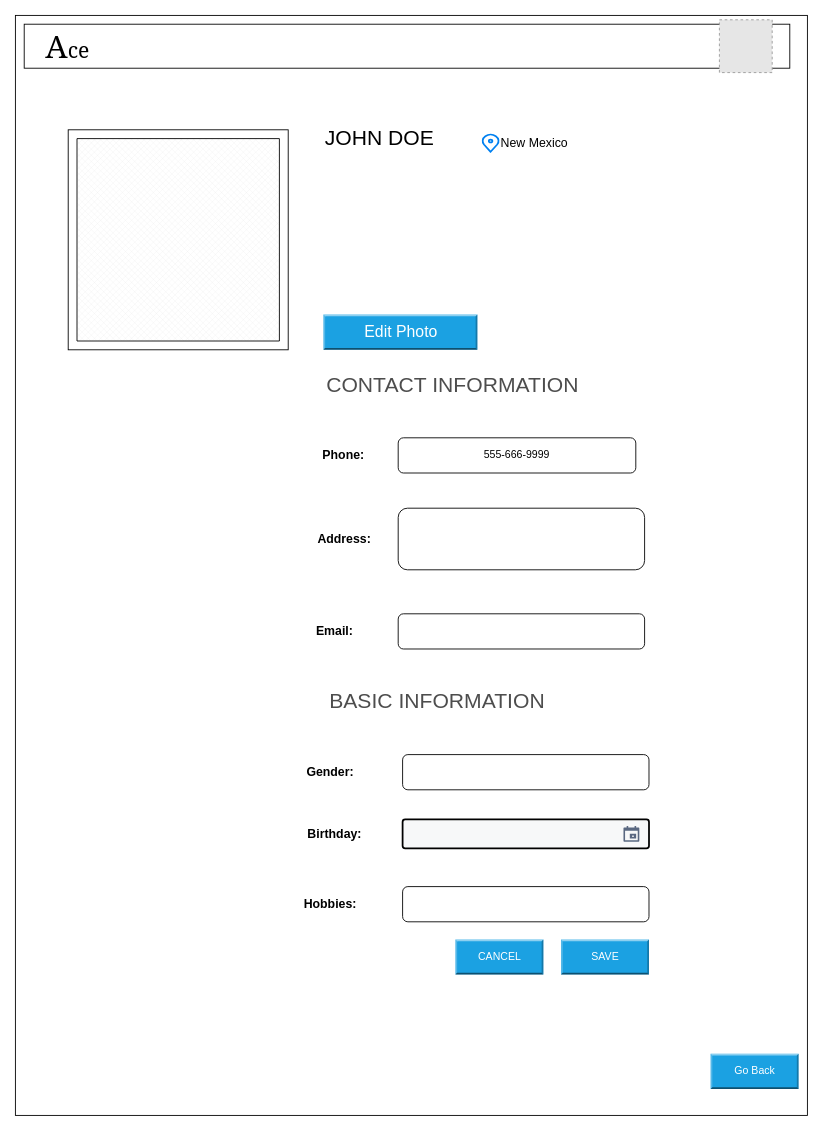
Earlier version of the draw.io diagram EditProfile.drawio (opeyemi-jonah/Ace-challenge). Source tidied: cells renumbered, new cells numbered last; positions are measured from the earlier drawing's top-left corner, leaving out a move shared by most shapes. Both pictures are drawn from the tidied source at 88%, with x=0, y=0 at pixel (15, 15). Pictures stored in the file or linked from it are replaced by grey dashed boxes.
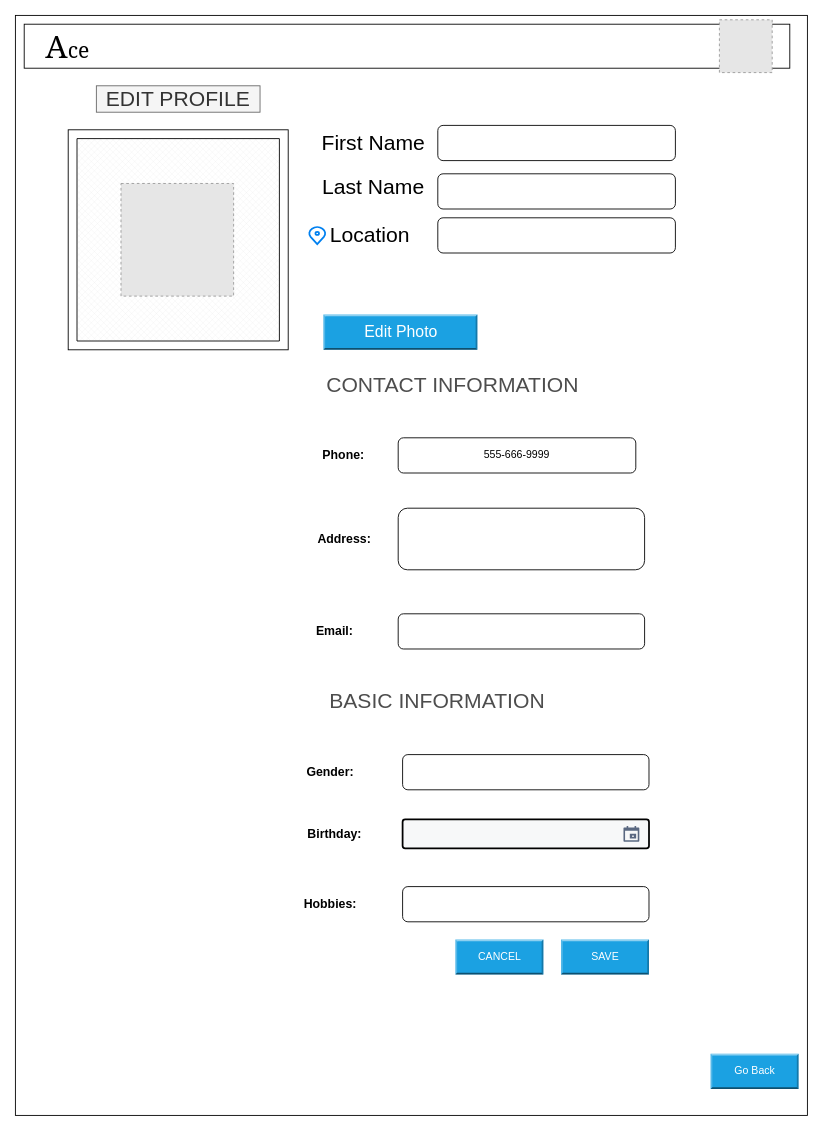
After the change.

Change to the diagram source:
```diff
@@
-    <mxCell id="4" value="&lt;font style=&quot;font-size: 24px&quot;&gt;JOHN DOE&lt;/font&gt;" style="text;html=1;strokeColor=none;fillColor=none;align=center;verticalAlign=middle;whiteSpace=wrap;rounded=0;" parent="1" vertex="1">
-      <mxGeometry x="338" y="125" width="152" height="30" as="geometry" />
+    <mxCell id="4" value="&lt;font style=&quot;font-size: 24px&quot;&gt;First Name&lt;/font&gt;" style="text;html=1;strokeColor=none;fillColor=none;align=center;verticalAlign=middle;whiteSpace=wrap;rounded=0;" parent="1" vertex="1">
+      <mxGeometry x="344" y="130" width="126" height="30" as="geometry" />
     </mxCell>
     <mxCell id="5" style="html=1;verticalLabelPosition=bottom;align=center;labelBackgroundColor=#ffffff;verticalAlign=top;strokeWidth=2;strokeColor=#0080F0;shadow=0;dashed=0;shape=mxgraph.ios7.icons.location;" parent="1" vertex="1">
-      <mxGeometry x="530" y="135" width="20" height="20" as="geometry" />
+      <mxGeometry x="333" y="240" width="20" height="20" as="geometry" />
     </mxCell>
-    <mxCell id="6" value="&lt;font style=&quot;font-size: 14px&quot;&gt;New Mexico&lt;/font&gt;" style="text;html=1;strokeColor=none;fillColor=none;align=center;verticalAlign=middle;whiteSpace=wrap;rounded=0;" parent="1" vertex="1">
-      <mxGeometry x="540" y="135" width="100" height="20" as="geometry" />
-    </mxCell>
@@
+    <mxCell id="31" style="rounded=1;whiteSpace=wrap;html=1;fillColor=#FFFFFF;" parent="1" vertex="1">
+      <mxGeometry x="480" y="125" width="270" height="40" as="geometry" />
+    </mxCell>
+    <mxCell id="32" value="&lt;font style=&quot;font-size: 24px&quot;&gt;Location&lt;/font&gt;" style="text;html=1;strokeColor=none;fillColor=none;align=center;verticalAlign=middle;whiteSpace=wrap;rounded=0;" parent="1" vertex="1">
+      <mxGeometry x="360" y="235" width="86" height="30" as="geometry" />
+    </mxCell>
+    <mxCell id="33" style="rounded=1;whiteSpace=wrap;html=1;fillColor=#FFFFFF;" parent="1" vertex="1">
+      <mxGeometry x="480" y="230" width="270" height="40" as="geometry" />
+    </mxCell>
+    <mxCell id="34" value="&lt;font style=&quot;font-size: 24px&quot;&gt;EDIT PROFILE&lt;/font&gt;" style="text;html=1;strokeColor=#666666;fillColor=#f5f5f5;align=center;verticalAlign=middle;whiteSpace=wrap;rounded=0;fontColor=#333333;" parent="1" vertex="1">
+      <mxGeometry x="92" y="80" width="186" height="30" as="geometry" />
+    </mxCell>
+    <mxCell id="35" style="rounded=1;whiteSpace=wrap;html=1;fillColor=#FFFFFF;" parent="1" vertex="1">
+      <mxGeometry x="480" y="180" width="270" height="40" as="geometry" />
+    </mxCell>
+    <mxCell id="36" value="&lt;font style=&quot;font-size: 24px&quot;&gt;Last Name&lt;/font&gt;" style="text;html=1;strokeColor=none;fillColor=none;align=center;verticalAlign=middle;whiteSpace=wrap;rounded=0;" parent="1" vertex="1">
+      <mxGeometry x="344" y="180" width="126" height="30" as="geometry" />
+    </mxCell>
+    <mxCell id="37" style="fillColor=#E6E6E6;strokeColor=#999999;dashed=1;html=1;verticalAlign=top;verticalLabelPosition=bottom;labelBackgroundColor=#ffffff;" parent="1" vertex="1">
+      <mxGeometry x="120" y="191" width="128" height="128" as="geometry" />
+    </mxCell>
```
